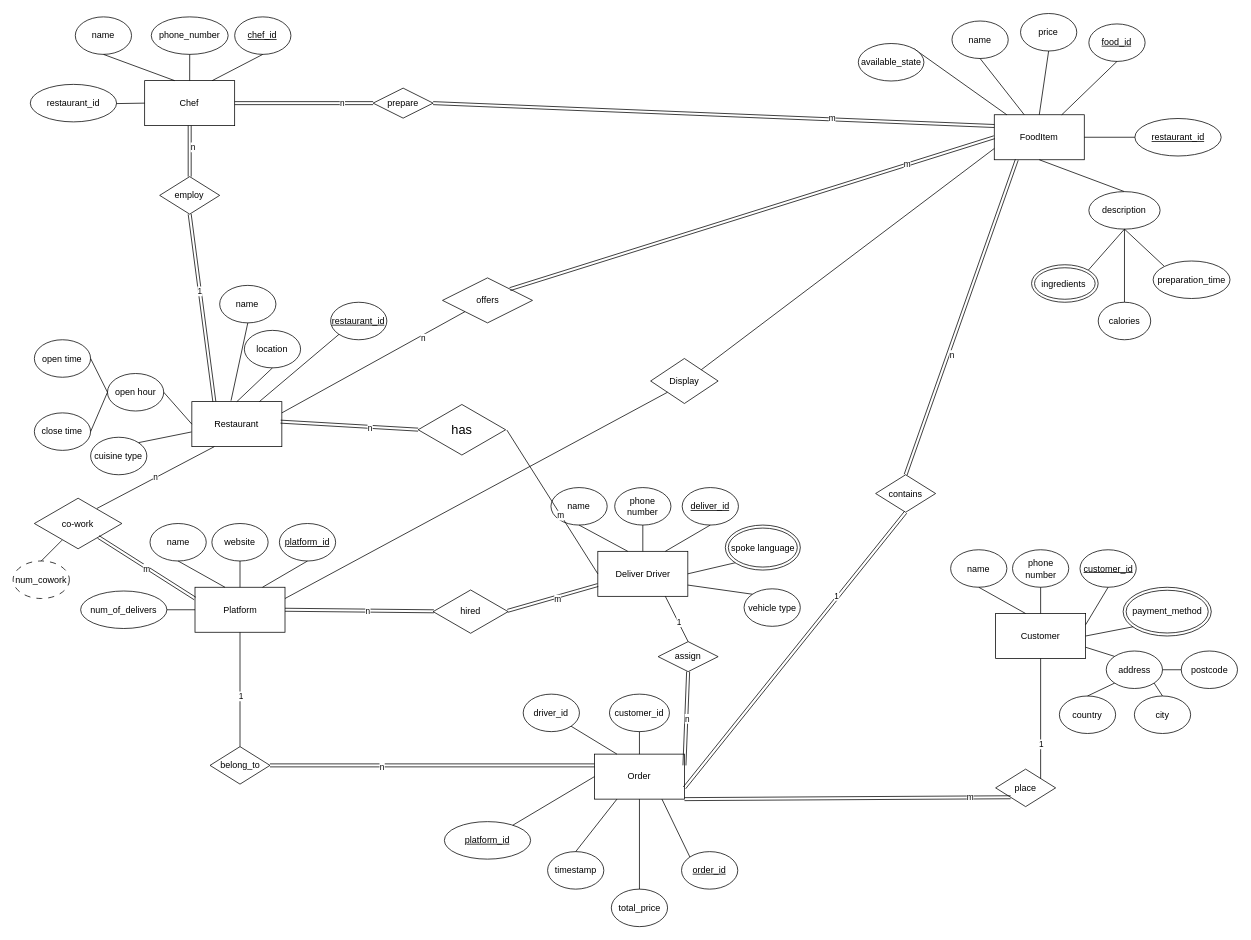
Earlier version of the draw.io diagram img/assignment1.drawio (MutianLiu110/JavaEESampleProject). Source tidied: cells renumbered, new cells numbered last; positions are measured from the earlier drawing's top-left corner, leaving out a move shared by most shapes. Both pictures are drawn from the tidied source at 75%, with x=0, y=0 at pixel (13, 13).
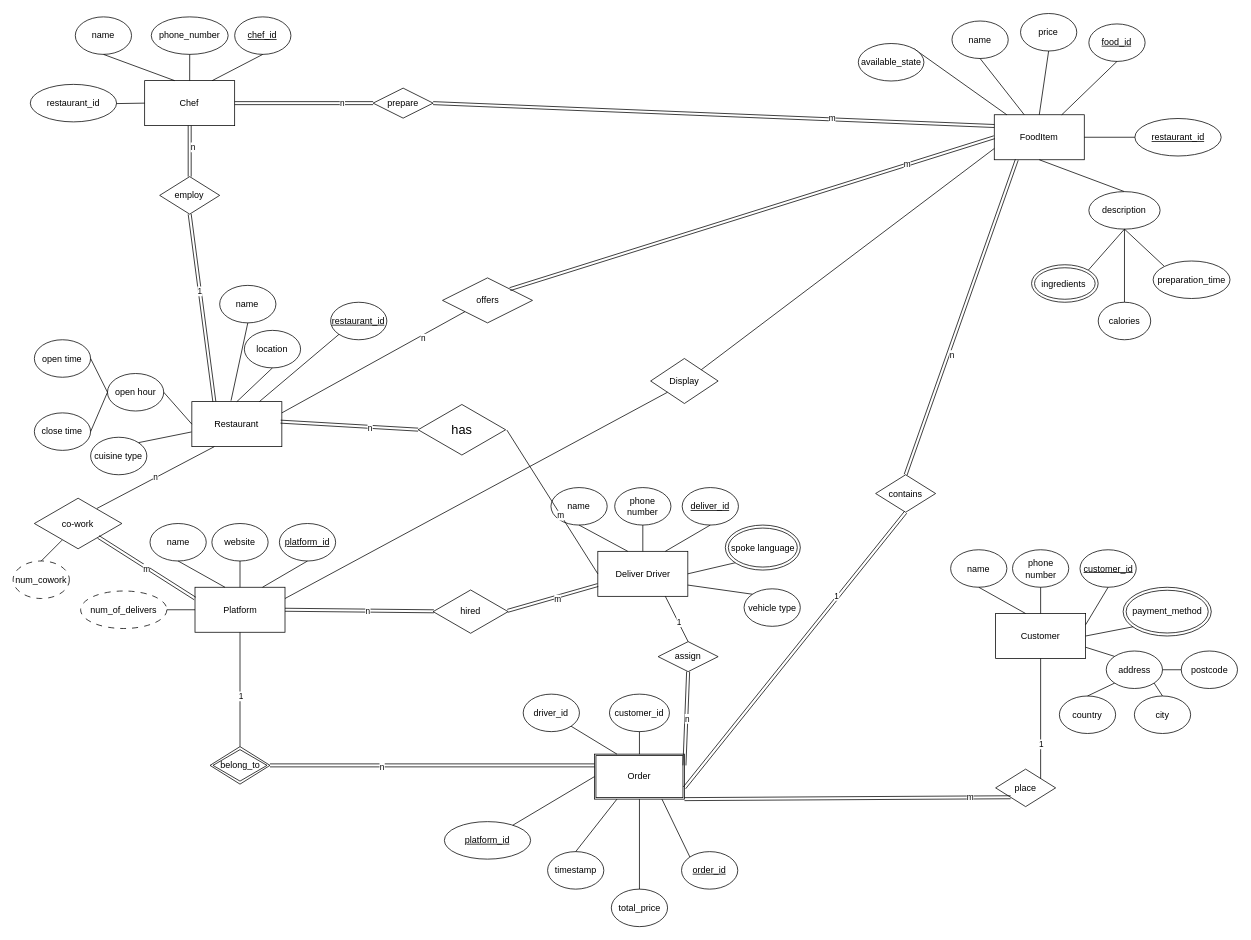
The same diagram, later.

What changed in the source:
```diff
@@
-    <mxCell id="52" value="num_of_delivers" style="ellipse;whiteSpace=wrap;html=1;" parent="1" vertex="1">
+    <mxCell id="52" value="num_of_delivers" style="ellipse;whiteSpace=wrap;html=1;dashed=1;dashPattern=8 8;" parent="1" vertex="1">
       <mxGeometry x="90" y="770.5" width="115" height="50" as="geometry" />
     </mxCell>
@@
-    <mxCell id="54" value="Order" style="rounded=0;whiteSpace=wrap;html=1;" parent="1" vertex="1">
+    <mxCell id="54" value="Order" style="shape=ext;double=1;rounded=0;whiteSpace=wrap;html=1;" parent="1" vertex="1">
       <mxGeometry x="775.1" y="988" width="120" height="60" as="geometry" />
     </mxCell>
@@
-    <mxCell id="109" value="belong_to" style="rhombus;whiteSpace=wrap;html=1;" parent="1" vertex="1">
+    <mxCell id="109" value="belong_to" style="rhombus;double=1;whiteSpace=wrap;html=1;" parent="1" vertex="1">
       <mxGeometry x="262.5" y="978" width="80" height="50" as="geometry" />
     </mxCell>
```
